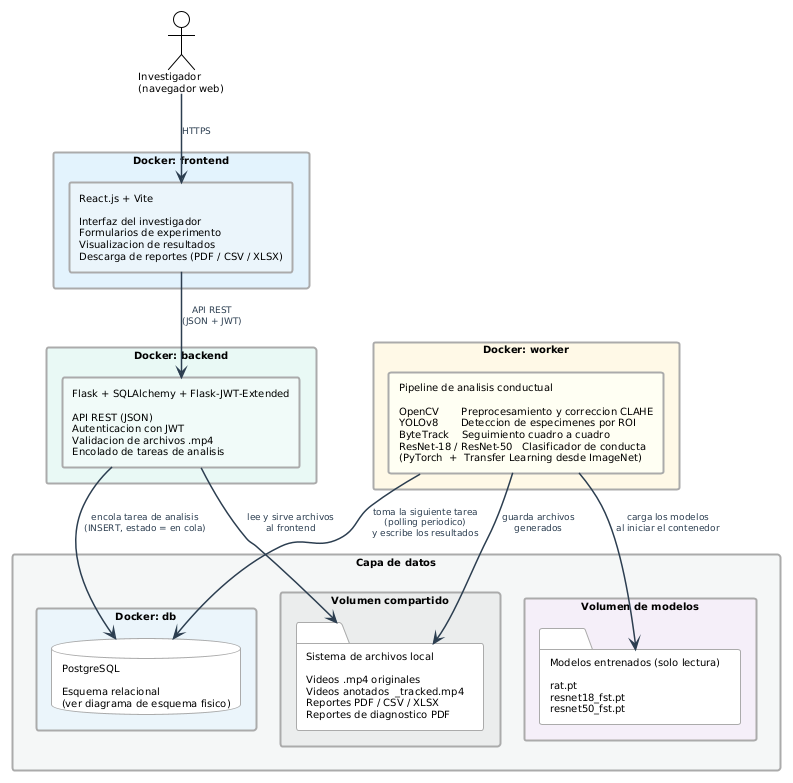
Above: figures/mermaid/arquitectura_software.png in ErickJester/fst-ai-system-latex (PlantUML), before the change. Its diagram source:
```plantuml
@startuml

!theme plain
skinparam defaultFontName Arial
skinparam defaultFontSize 10
skinparam shadowing false
skinparam BackgroundColor White
skinparam ArrowColor      #2C3E50
skinparam ArrowThickness  1.5
skinparam ArrowFontSize   9
skinparam ArrowFontColor  #2C3E50
skinparam RectangleBorderThickness 2
skinparam RectangleBorderColor     #AAAAAA
skinparam QueueBorderColor         #AAAAAA
skinparam DatabaseBorderColor      #AAAAAA
skinparam FolderBorderColor        #AAAAAA

top to bottom direction


actor "Investigador\n(navegador web)" as INV


rectangle "Docker: frontend" as C_FE #E3F2FD {
  rectangle "React.js + Vite\n\nInterfaz del investigador\nFormularios de experimento\nVisualizacion de resultados\nDescarga de reportes (PDF / CSV / XLSX)" as FE #EBF5FB
}


rectangle "Docker: backend" as C_BE #E8F8F5 {
  rectangle "Flask + SQLAlchemy + Flask-JWT-Extended\n\nAPI REST (JSON)\nAutenticacion con JWT\nValidacion de archivos .mp4\nEncolado de tareas de analisis" as BE #F0FBF8
}


rectangle "Docker: worker" as C_WK #FEF9E7 {
  rectangle "Pipeline de analisis conductual\n\nOpenCV       Preprocesamiento y correccion CLAHE\nYOLOv8       Deteccion de especimenes por ROI\nByteTrack    Seguimiento cuadro a cuadro\nResNet-18 / ResNet-50   Clasificador de conducta\n(PyTorch  +  Transfer Learning desde ImageNet)" as WK #FFFEF2
}


rectangle "Capa de datos" as DATOS #F4F6F7 {

  rectangle "Docker: db" as C_DB #EBF5FB {
    database "PostgreSQL\n\nEsquema relacional\n(ver diagrama de esquema fisico)" as DB
  }

  rectangle "Volumen compartido" as C_FS #EAEDED {
    folder "Sistema de archivos local\n\nVideos .mp4 originales\nVideos anotados  _tracked.mp4\nReportes PDF / CSV / XLSX\nReportes de diagnostico PDF" as FS
  }

  rectangle "Volumen de modelos" as C_MD #F5EEF8 {
    folder "Modelos entrenados (solo lectura)\n\nrat.pt\nresnet18_fst.pt\nresnet50_fst.pt" as MD
  }

}


INV  -down->  FE  : "HTTPS"
FE   -down->  BE  : "API REST\n(JSON + JWT)"
BE   -down->  DB  : "encola tarea de analisis\n(INSERT, estado = en cola)"
WK   -->      DB  : "toma la siguiente tarea\n(polling periodico)\ny escribe los resultados"
WK   -->      FS  : "guarda archivos\ngenerados"
BE   -->      FS  : "lee y sirve archivos\nal frontend"
WK   -->      MD  : "carga los modelos\nal iniciar el contenedor"
@enduml
```
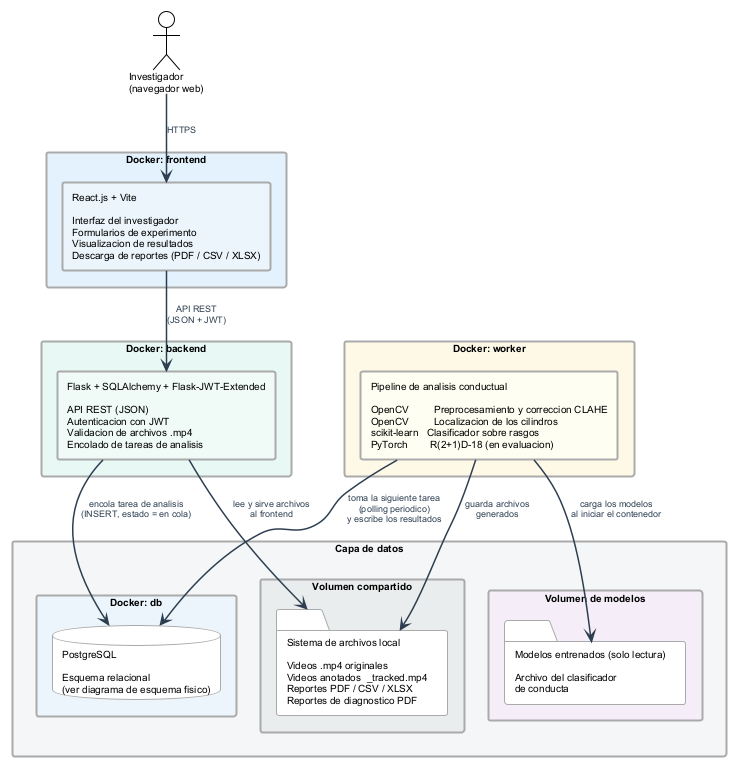
Later version of the same file.

What changed in the source:
```diff
@@ -1,4 +1,4 @@
-@startuml
+@startuml arquitectura_software
 
 !theme plain
 skinparam defaultFontName Arial
@@ -32,7 +32,7 @@
 
 
 rectangle "Docker: worker" as C_WK #FEF9E7 {
-  rectangle "Pipeline de analisis conductual\n\nOpenCV       Preprocesamiento y correccion CLAHE\nYOLOv8       Deteccion de especimenes por ROI\nByteTrack    Seguimiento cuadro a cuadro\nResNet-18 / ResNet-50   Clasificador de conducta\n(PyTorch  +  Transfer Learning desde ImageNet)" as WK #FFFEF2
+  rectangle "Pipeline de analisis conductual\n\nOpenCV         Preprocesamiento y correccion CLAHE\nOpenCV         Localizacion de los cilindros\nscikit-learn   Clasificador sobre rasgos\nPyTorch        R(2+1)D-18 (en evaluacion)" as WK #FFFEF2
 }
 
 
@@ -47,7 +47,7 @@
   }
 
   rectangle "Volumen de modelos" as C_MD #F5EEF8 {
-    folder "Modelos entrenados (solo lectura)\n\nrat.pt\nresnet18_fst.pt\nresnet50_fst.pt" as MD
+    folder "Modelos entrenados (solo lectura)\n\nArchivo del clasificador\nde conducta" as MD
   }
 
 }
@@ -60,4 +60,5 @@
 WK   -->      FS  : "guarda archivos\ngenerados"
 BE   -->      FS  : "lee y sirve archivos\nal frontend"
 WK   -->      MD  : "carga los modelos\nal iniciar el contenedor"
+
 @enduml
```
